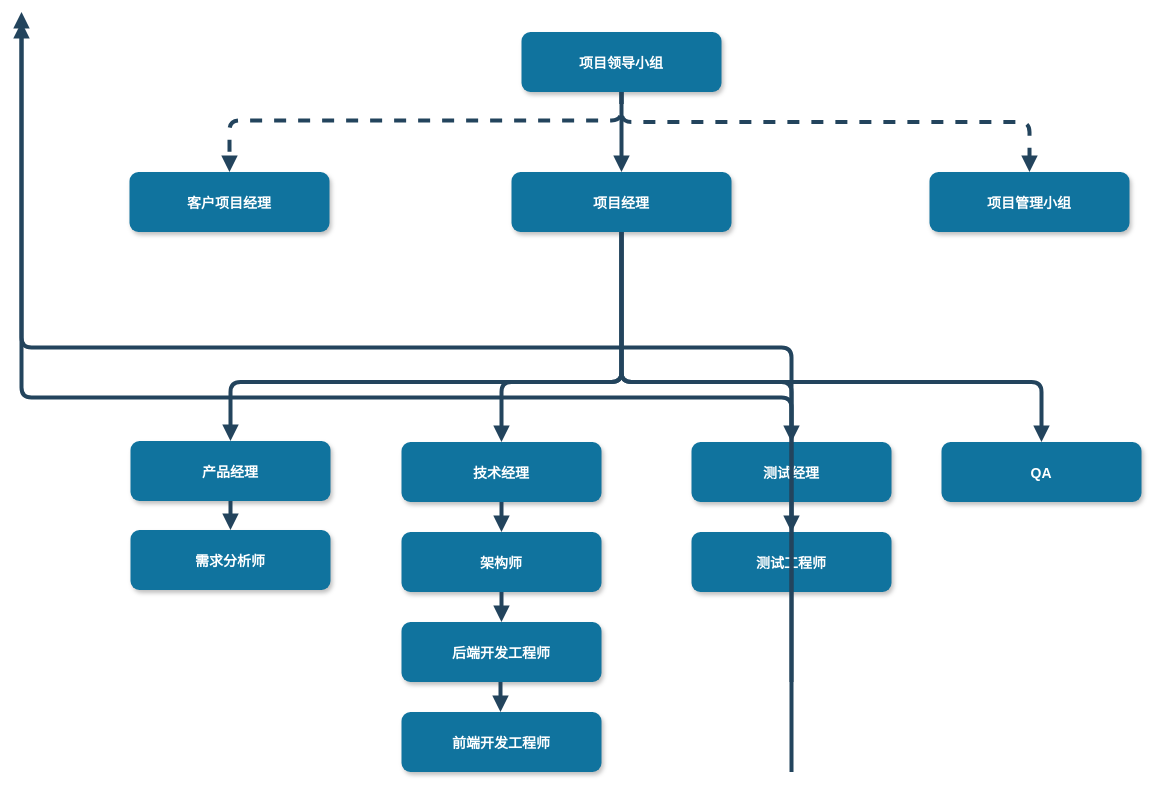
warmsheep/my-example keeps this draw.io diagram as page "组织架构" (1 of 2) of 流程管理项目组织架构.drawio. Above is the earlier version. Source tidied: cells renumbered, new cells numbered last; positions are measured from the earlier drawing's top-left corner, leaving out a move shared by most shapes. Both pictures are drawn from the tidied source at 100%, with x=0, y=0 at pixel (21, 12).
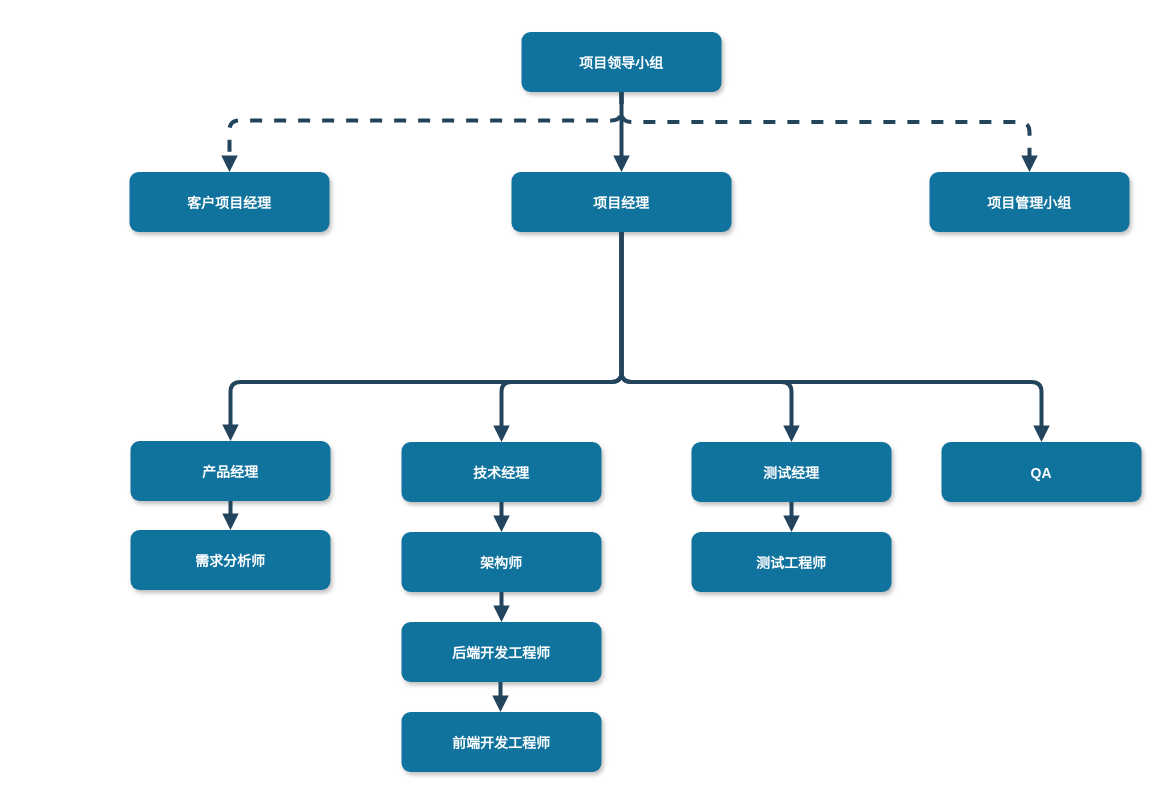
Above is the later version.

Change to the diagram source:
```diff
@@
-    <mxCell id="21" style="edgeStyle=elbowEdgeStyle;elbow=vertical;strokeWidth=4;endArrow=block;endFill=1;fontStyle=1;strokeColor=#23445D;" parent="1" edge="1">
-      <mxGeometry x="72" y="185.5" as="geometry">
-        <mxPoint x="770" y="669.5" as="sourcePoint" />
-        <mxPoint y="-0.5" as="targetPoint" />
-      </mxGeometry>
-    </mxCell>
-    <mxCell id="22" style="edgeStyle=elbowEdgeStyle;elbow=vertical;strokeWidth=4;endArrow=block;endFill=1;fontStyle=1;strokeColor=#23445D;" parent="1" edge="1">
-      <mxGeometry x="72" y="195.5" as="geometry">
-        <mxPoint x="770" y="759.5" as="sourcePoint" />
-        <mxPoint y="9.5" as="targetPoint" />
-      </mxGeometry>
-    </mxCell>
```
